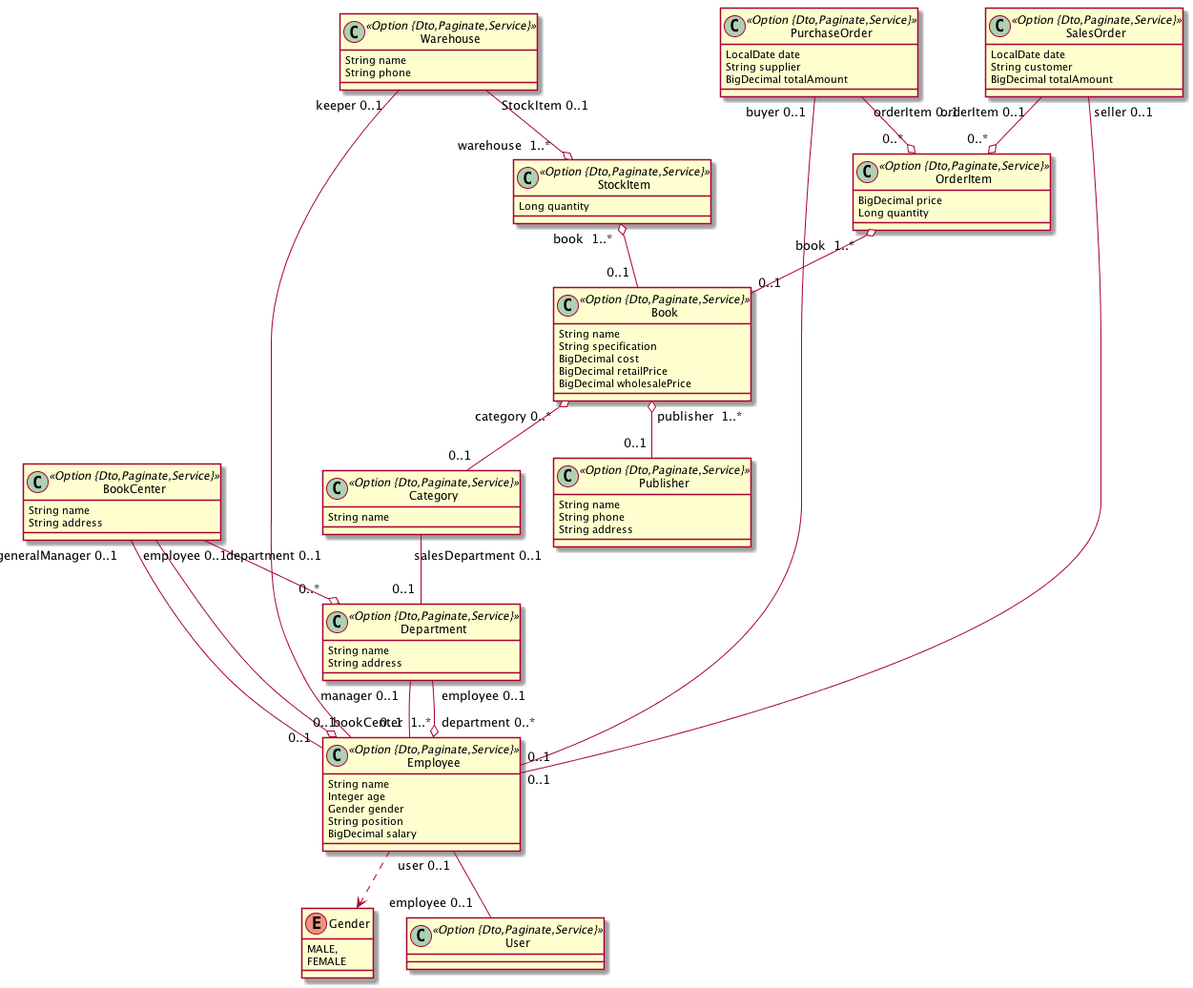
Earlier version of the PlantUML export BookCenter.png (henryL1N/bookcenter).
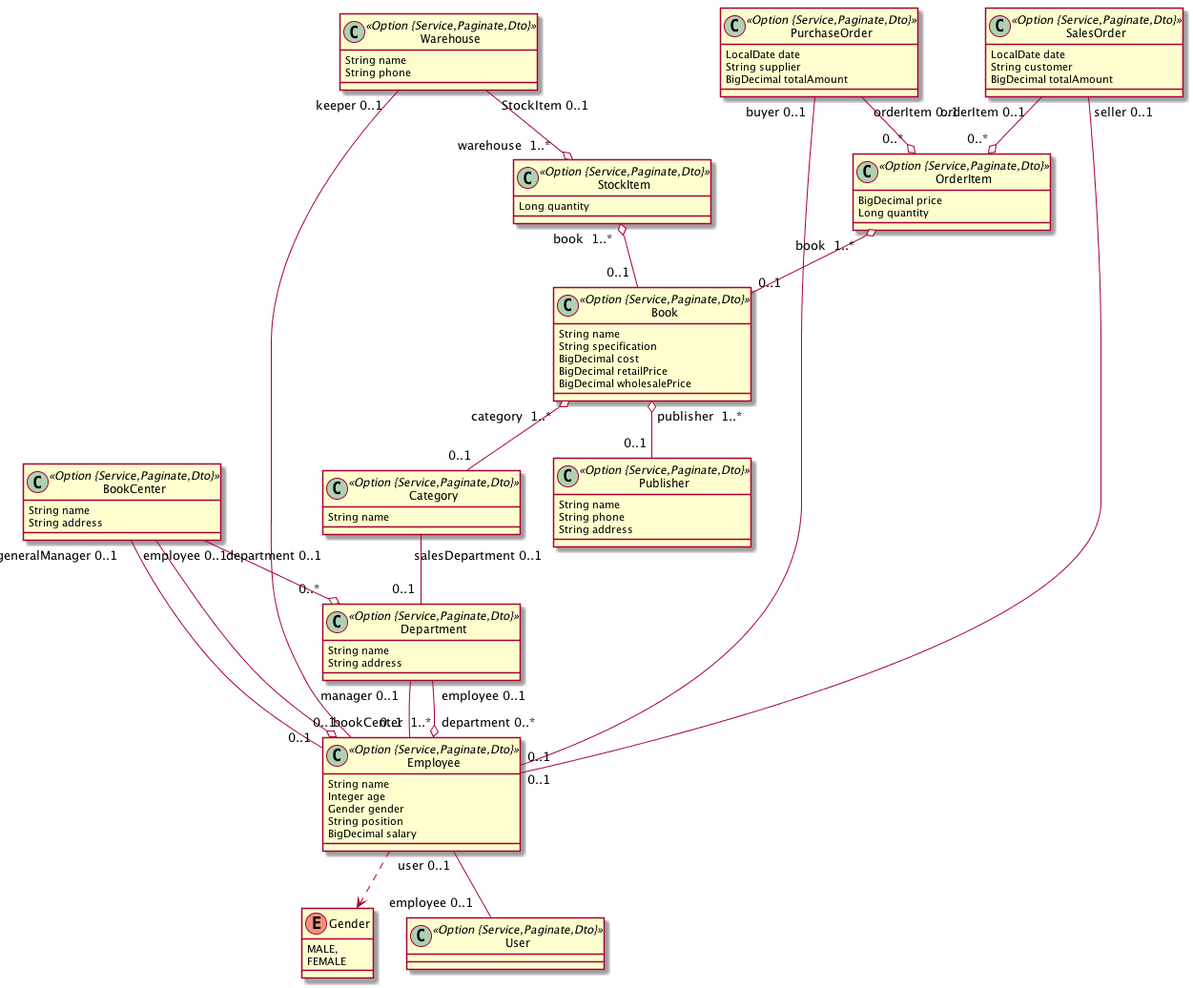
The same file after the commit.

The edit, as a diff of the source:
```diff
@@ -1,24 +1,24 @@
 @startuml
 	!pragma syntax class
-	class Book <<Option {Dto,Paginate,Service}>> {
+	class Book <<Option {Service,Paginate,Dto}>> {
 		String name
 		String specification
 		BigDecimal cost
 		BigDecimal retailPrice
 		BigDecimal wholesalePrice
 	}
-	class BookCenter <<Option {Dto,Paginate,Service}>> {
+	class BookCenter <<Option {Service,Paginate,Dto}>> {
 		String name
 		String address
 	}
-	class Category <<Option {Dto,Paginate,Service}>> {
+	class Category <<Option {Service,Paginate,Dto}>> {
 		String name
 	}
-	class Department <<Option {Dto,Paginate,Service}>> {
+	class Department <<Option {Service,Paginate,Dto}>> {
 		String name
 		String address
 	}
-	class Employee <<Option {Dto,Paginate,Service}>> {
+	class Employee <<Option {Service,Paginate,Dto}>> {
 		String name
 		Integer age
 		Gender gender
@@ -30,29 +30,29 @@
 		MALE,
 		FEMALE
 	}
-	class Publisher <<Option {Dto,Paginate,Service}>> {
+	class Publisher <<Option {Service,Paginate,Dto}>> {
 		String name
 		String phone
 		String address
 	}
-	class StockItem <<Option {Dto,Paginate,Service}>> {
+	class StockItem <<Option {Service,Paginate,Dto}>> {
 		Long quantity
 	}
-	class Warehouse <<Option {Dto,Paginate,Service}>> {
+	class Warehouse <<Option {Service,Paginate,Dto}>> {
 		String name
 		String phone
 	}
-	class PurchaseOrder <<Option {Dto,Paginate,Service}>> {
+	class PurchaseOrder <<Option {Service,Paginate,Dto}>> {
 		LocalDate date
 		String supplier
 		BigDecimal totalAmount
 	}
-	class SalesOrder <<Option {Dto,Paginate,Service}>> {
+	class SalesOrder <<Option {Service,Paginate,Dto}>> {
 		LocalDate date
 		String customer
 		BigDecimal totalAmount
 	}
-	class OrderItem <<Option {Dto,Paginate,Service}>> {
+	class OrderItem <<Option {Service,Paginate,Dto}>> {
 		BigDecimal price
 		Long quantity
 	}
@@ -72,7 +72,7 @@
 	OrderItem  "book  1..* " o-- "0..1 "  Book
 	StockItem  "book  1..* " o-- "0..1 "  Book
 	Book  "publisher  1..* " o-- "0..1 "  Publisher
-	Book  "category 0..* " o-- "0..1 "  Category
-	class User <<Option {Dto,Paginate,Service}>> {
+	Book  "category  1..* " o-- "0..1 "  Category
+	class User <<Option {Service,Paginate,Dto}>> {
 	}
 @enduml
```
